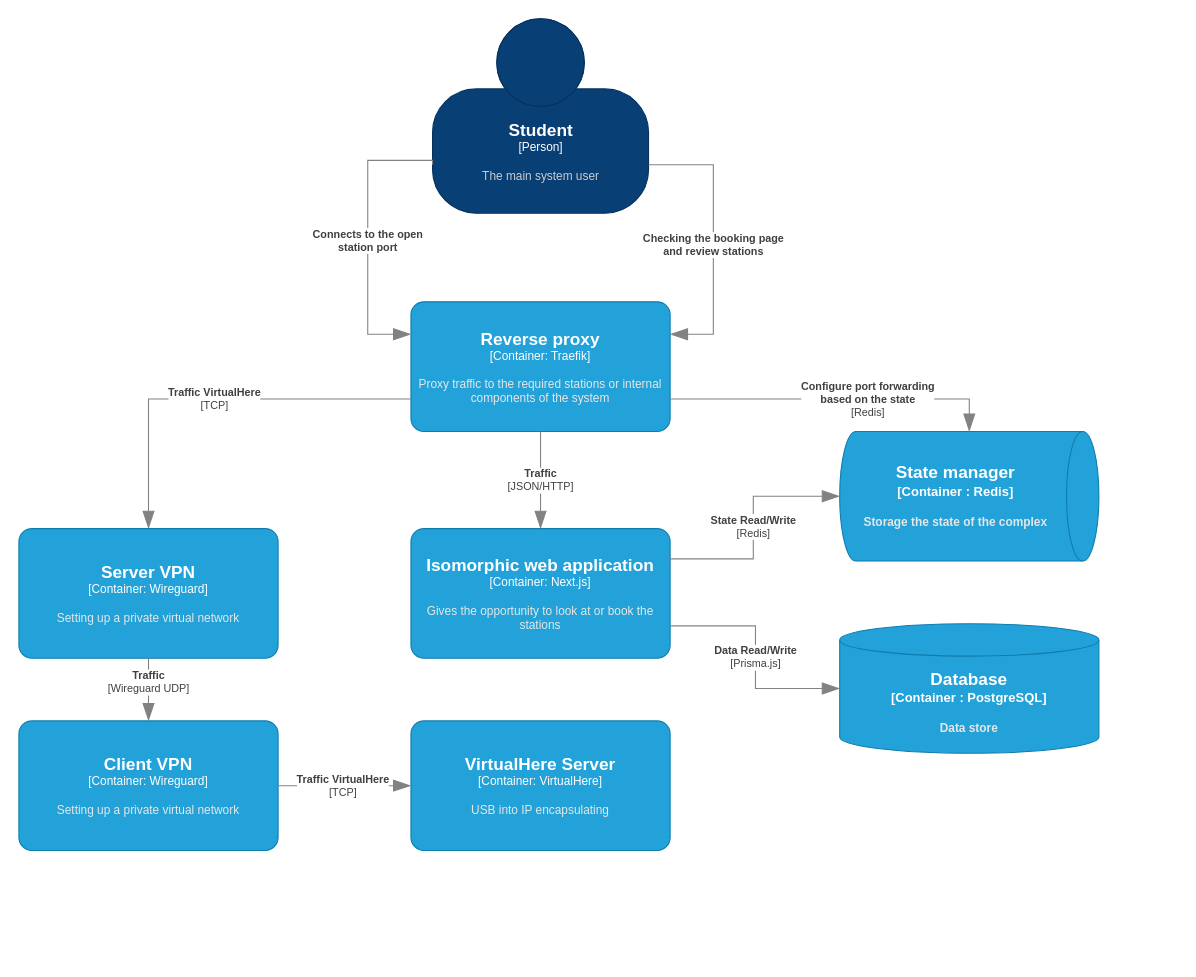
Above: drawio/c4.drawio in hidemire/iot-reservation (draw.io), before the change. Source tidied: cells renumbered, new cells numbered last; positions are measured from the earlier drawing's top-left corner, leaving out a move shared by most shapes. Both pictures are drawn from the tidied source at 108%, with x=0, y=0 at pixel (18, 18).
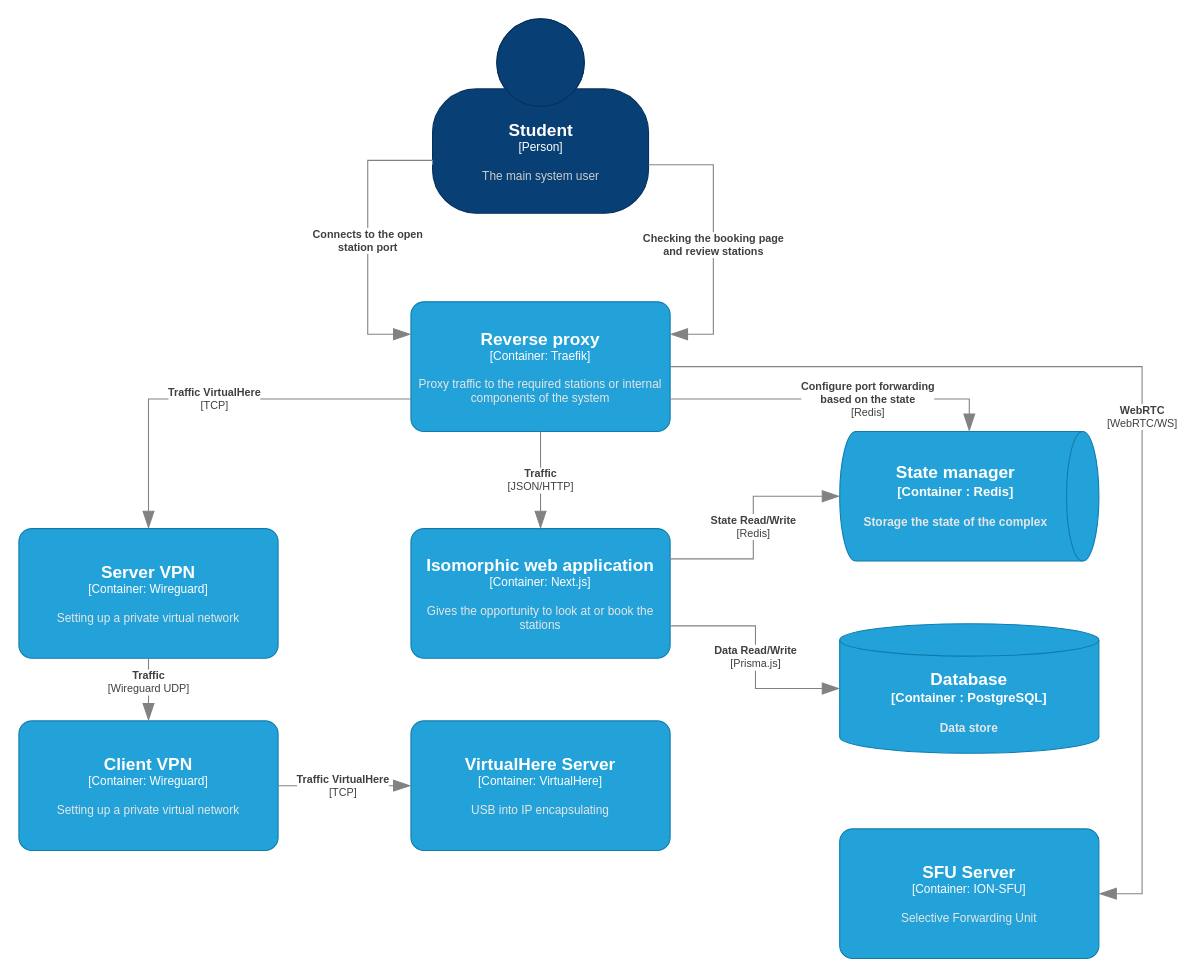
After the change.

Unchanged cells that the change refers to:
```xml
<object id="6" label="&lt;font style=&quot;font-size: 16px&quot;&gt;&lt;b&gt;%c4Name%&lt;/b&gt;&lt;/font&gt;&lt;div&gt;[%c4Type%: %c4Technology%]&lt;/div&gt;&lt;br&gt;&lt;div&gt;&lt;font style=&quot;font-size: 11px&quot;&gt;&lt;font color=&quot;#E6E6E6&quot;&gt;%c4Description%&lt;/font&gt;&lt;/div&gt;" c4Description="Proxy traffic to the required stations or internal components of the system" c4Name="Reverse proxy" c4Technology="Traefik" c4Type="Container" placeholders="1">
  <mxCell style="rounded=1;whiteSpace=wrap;html=1;fontSize=11;labelBackgroundColor=none;fillColor=#23A2D9;fontColor=#ffffff;align=center;arcSize=10;strokeColor=#0E7DAD;points=[[0.25,0,0],[0.5,0,0],[0.75,0,0],[1,0.25,0],[1,0.5,0],[1,0.75,0],[0.75,1,0],[0.5,1,0],[0.25,1,0],[0,0.75,0],[0,0.5,0],[0,0.25,0]];" parent="1" vertex="1">
    <mxGeometry x="363" y="262" width="240" height="120" as="geometry" />
  </mxCell>
</object>
```

What changed in the source:
```diff
@@
+    <object id="19" label="&lt;font style=&quot;font-size: 16px&quot;&gt;&lt;b&gt;%c4Name%&lt;/b&gt;&lt;/font&gt;&lt;div&gt;[%c4Type%: %c4Technology%]&lt;/div&gt;&lt;br&gt;&lt;div&gt;&lt;font style=&quot;font-size: 11px&quot;&gt;&lt;font color=&quot;#E6E6E6&quot;&gt;%c4Description%&lt;/font&gt;&lt;/div&gt;" c4Description="Selective Forwarding Unit" c4Name="SFU Server" c4Technology="ION-SFU" c4Type="Container" placeholders="1">
+      <mxCell style="rounded=1;whiteSpace=wrap;html=1;fontSize=11;labelBackgroundColor=none;fillColor=#23A2D9;fontColor=#ffffff;align=center;arcSize=10;strokeColor=#0E7DAD;points=[[0.25,0,0],[0.5,0,0],[0.75,0,0],[1,0.25,0],[1,0.5,0],[1,0.75,0],[0.75,1,0],[0.5,1,0],[0.25,1,0],[0,0.75,0],[0,0.5,0],[0,0.25,0]];" parent="1" vertex="1">
+        <mxGeometry x="760" y="750" width="240" height="120" as="geometry" />
+      </mxCell>
+    </object>
+    <object id="20" label="&lt;div style=&quot;text-align: left&quot;&gt;&lt;div style=&quot;text-align: center&quot;&gt;&lt;b&gt;%c4Description%&lt;/b&gt;&lt;/div&gt;&lt;div style=&quot;text-align: center&quot;&gt;[%c4Technology%]&lt;/div&gt;&lt;/div&gt;" c4Description="WebRTC" c4Technology="WebRTC/WS" placeholders="1">
+      <mxCell style="endArrow=blockThin;html=1;fontSize=10;fontColor=#404040;strokeWidth=1;endFill=1;strokeColor=#828282;elbow=vertical;endSize=14;startSize=14;jumpStyle=arc;jumpSize=16;rounded=0;edgeStyle=orthogonalEdgeStyle;entryX=1;entryY=0.5;entryDx=0;entryDy=0;entryPerimeter=0;exitX=1;exitY=0.5;exitDx=0;exitDy=0;exitPerimeter=0;" parent="1" edge="1" source="6" target="19">
+        <mxGeometry relative="1" as="geometry">
+          <Array as="points">
+            <mxPoint x="1040" y="322" />
+            <mxPoint x="1040" y="810" />
+          </Array>
+        </mxGeometry>
+      </mxCell>
+    </object>
```
